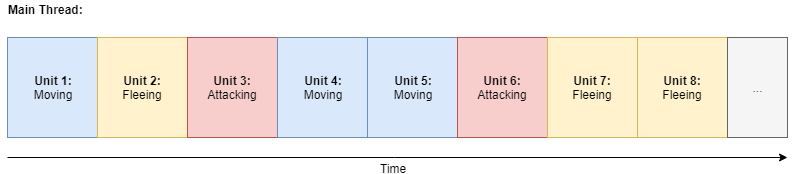
The draw.io diagram presentation/pictures/sequential.png in sppt-2019/report, before a commit. Source tidied: cells renumbered, new cells last; positions are measured from the earlier drawing's top-left corner, leaving out a move shared by most shapes.
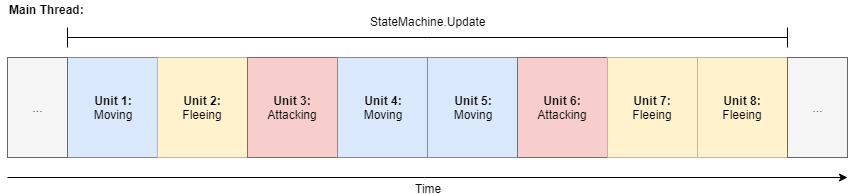
After the change.

Diff of the diagram source:
```diff
@@ -7,13 +7,13 @@
     </mxCell>
     <mxCell id="3" style="endArrow=classic;html=1;" parent="1" edge="1">
       <mxGeometry relative="1" as="geometry">
-        <mxPoint x="1" y="157" as="sourcePoint" />
+        <mxPoint x="-59" y="157" as="sourcePoint" />
         <mxPoint x="781" y="157" as="targetPoint" />
       </mxGeometry>
     </mxCell>
     <mxCell id="4" value="&lt;div&gt;Time&lt;/div&gt;" style="text;html=1;align=center;verticalAlign=middle;labelBackgroundColor=#ffffff;" parent="3" vertex="1">
       <mxGeometry x="0.52" relative="1" as="geometry">
-        <mxPoint x="-209" y="10" as="offset" />
+        <mxPoint x="-220" y="10" as="offset" />
       </mxGeometry>
     </mxCell>
     <mxCell id="5" value="&lt;b&gt;Unit 1:&lt;br&gt;&lt;/b&gt;Moving&lt;br&gt;&lt;b&gt;&lt;/b&gt;" style="rounded=0;whiteSpace=wrap;html=1;fillColor=#dae8fc;strokeColor=#6c8ebf;" parent="1" vertex="1">
@@ -44,7 +44,33 @@
       <mxGeometry x="721" y="37" width="60" height="100" as="geometry" />
     </mxCell>
     <mxCell id="14" value="&lt;b&gt;Main Thread:&lt;/b&gt;" style="text;html=1;align=left;verticalAlign=top;spacingTop=-4;" parent="1" vertex="1">
-      <mxGeometry width="90" height="20" as="geometry" />
+      <mxGeometry x="-59" y="-20" width="90" height="20" as="geometry" />
     </mxCell>
+    <mxCell id="15" value="..." style="rounded=0;whiteSpace=wrap;html=1;fillColor=#f5f5f5;strokeColor=#666666;fontColor=#333333;" parent="1" vertex="1">
+      <mxGeometry x="-59" y="37" width="60" height="100" as="geometry" />
+    </mxCell>
+    <mxCell id="16" style="endArrow=none;html=1;" parent="1" edge="1">
+      <mxGeometry relative="1" as="geometry">
+        <mxPoint x="1" y="17" as="sourcePoint" />
+        <mxPoint x="721" y="17" as="targetPoint" />
+      </mxGeometry>
+    </mxCell>
+    <mxCell id="17" value="StateMachine.Update" style="text;html=1;align=center;verticalAlign=middle;labelBackgroundColor=#ffffff;" parent="16" vertex="1">
+      <mxGeometry x="0.14" y="-2" relative="1" as="geometry">
+        <mxPoint x="-51" y="-19" as="offset" />
+      </mxGeometry>
+    </mxCell>
+    <mxCell id="18" style="endArrow=none;html=1;" parent="1" edge="1">
+      <mxGeometry relative="1" as="geometry">
+        <mxPoint x="721" y="27" as="sourcePoint" />
+        <mxPoint x="721" y="7" as="targetPoint" />
+      </mxGeometry>
+    </mxCell>
+    <mxCell id="19" style="endArrow=none;html=1;" parent="1" edge="1">
+      <mxGeometry relative="1" as="geometry">
+        <mxPoint x="1" y="27" as="sourcePoint" />
+        <mxPoint x="1" y="7" as="targetPoint" />
+      </mxGeometry>
+    </mxCell>
   </root>
 </mxGraphModel>
```
